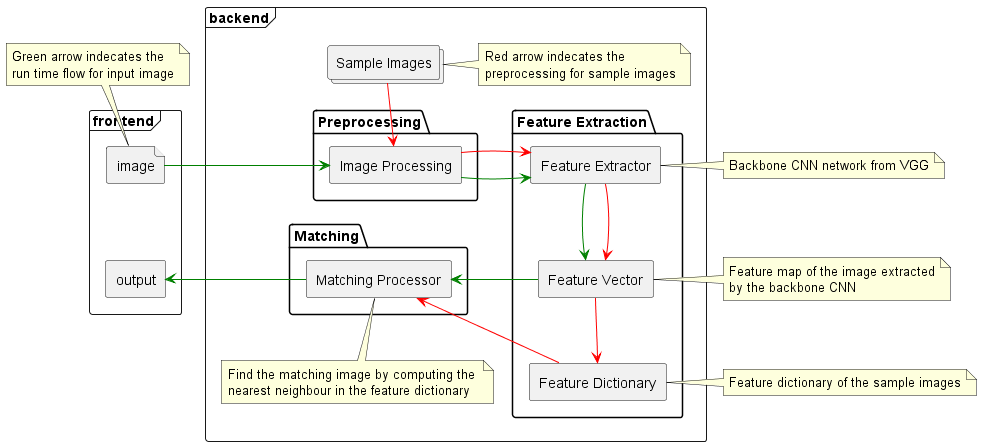
Earlier version of the PlantUML export SystemCode/System Design for My App.png (ISS-MTECH-IS-Project/IntelligentSensingSystemProject).
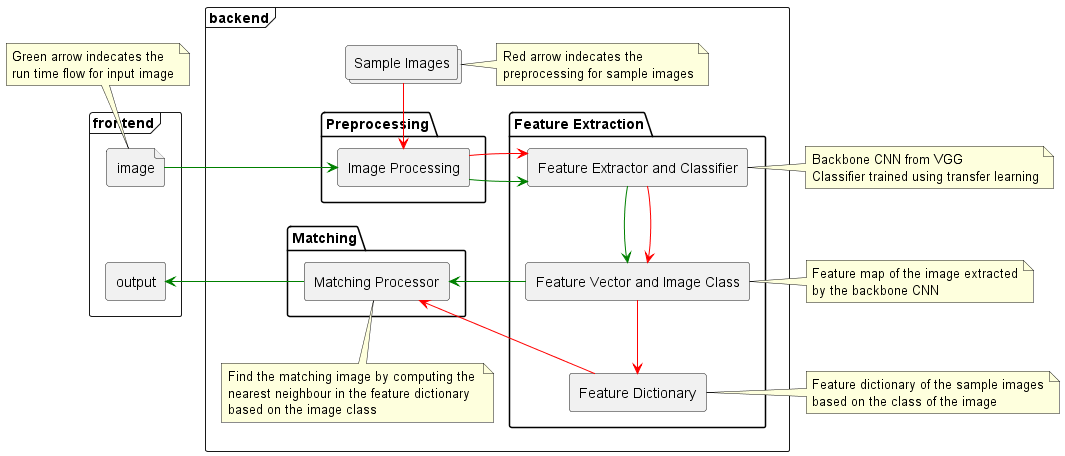
Later version of the same file.

Commit message:
chore: updated design diagram with classifier

Diff of the diagram source:
```diff
@@ -23,8 +23,8 @@
 
 
     package "Feature Extraction"{
-        [Feature Extractor]
-        [Feature Vector]
+        [Feature Extractor and Classifier]
+        [Feature Vector and Image Class]
         [Feature Dictionary]
     }
 
@@ -34,18 +34,19 @@
     note as MP
     Find the matching image by computing the
     nearest neighbour in the feature dictionary
+    based on the image class
     end note
 }
 
 image->[Image Processing] #Green
 [Sample Images]-->[Image Processing] #Red
-[Image Processing] -> [Feature Extractor] #Green
-[Image Processing] -> [Feature Extractor] #Red
-[Feature Extractor]-->[Feature Vector] #Green
-[Feature Extractor]-->[Feature Vector] #Red
-[Feature Vector]-->[Feature Dictionary] #Red
+[Image Processing] -> [Feature Extractor and Classifier] #Green
+[Image Processing] -> [Feature Extractor and Classifier] #Red
+[Feature Extractor and Classifier]-->[Feature Vector and Image Class] #Green
+[Feature Extractor and Classifier]-->[Feature Vector and Image Class] #Red
+[Feature Vector and Image Class]-->[Feature Dictionary] #Red
 
-[Matching Processor]<-[Feature Vector] #Green
+[Matching Processor]<-[Feature Vector and Image Class] #Green
 [Matching Processor]<-[Feature Dictionary] #Red
 
 [output]<-[Matching Processor] #Green
@@ -56,7 +57,8 @@
 end note
 
 note as CNN
-Backbone CNN network from VGG
+Backbone CNN from VGG
+Classifier trained using transfer learning
 end note
 
 note as FM
@@ -66,6 +68,7 @@
 
 note as FD
 Feature dictionary of the sample images
+based on the class of the image
 end note
 
 
@@ -73,9 +76,9 @@
 G -- image
 [Sample Images] - R
 
-CNN - [Feature Extractor]
+CNN - [Feature Extractor and Classifier]
 
-FM - [Feature Vector]
+FM - [Feature Vector and Image Class]
 
 FD - [Feature Dictionary]
 
```
